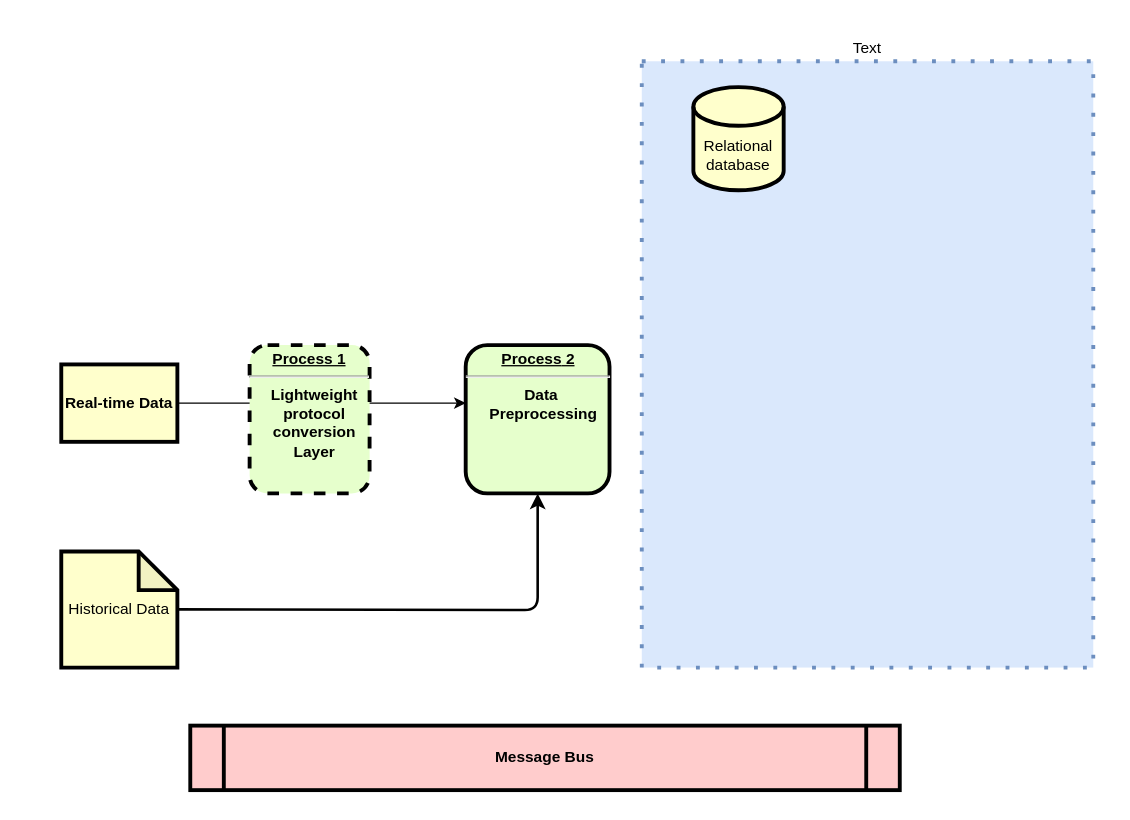
Above: data-flow.drawio in licongchao/Customized-Charts (draw.io), before the change. Source tidied: cells renumbered, new cells numbered last; positions are measured from the earlier drawing's top-left corner, leaving out a move shared by most shapes. Both pictures are drawn from the tidied source at 129%, with x=0, y=0 at pixel (61, 35).
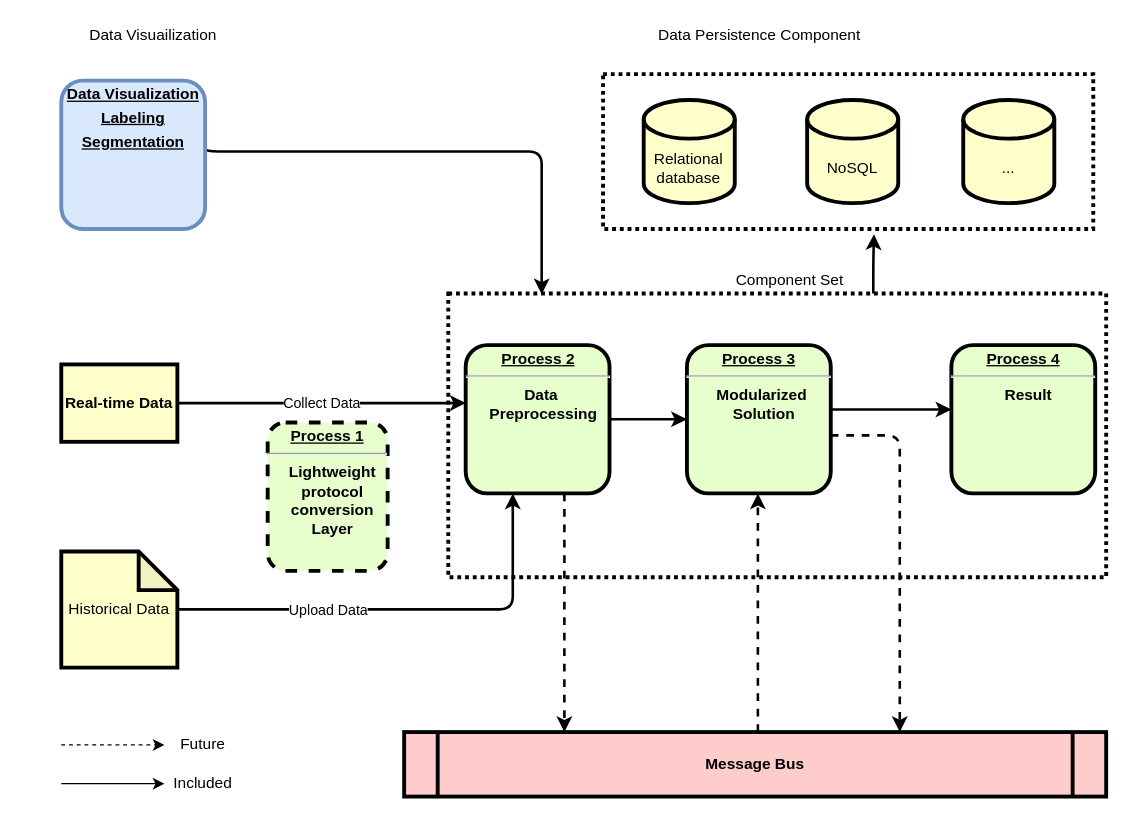
Above is the later version.

The change refers to these unchanged cells:
```xml
<mxCell id="3" value="Real-time Data" style="whiteSpace=wrap;align=center;verticalAlign=middle;fontStyle=1;strokeWidth=3;fillColor=#FFFFCC;" parent="1" vertex="1">
  <mxGeometry y="255" width="90" height="60" as="geometry" />
</mxCell>
<mxCell id="7" value="&lt;p style=&quot;margin: 0px ; margin-top: 4px ; text-align: center ; text-decoration: underline&quot;&gt;&lt;strong&gt;&lt;strong&gt;Process&lt;/strong&gt; 2&lt;br&gt;&lt;/strong&gt;&lt;/p&gt;&lt;hr&gt;&lt;p style=&quot;margin: 0px ; margin-left: 8px&quot;&gt;Data&amp;nbsp;&lt;/p&gt;&lt;p style=&quot;margin: 0px ; margin-left: 8px&quot;&gt;Preprocessing&lt;/p&gt;" style="verticalAlign=middle;align=center;overflow=fill;fontSize=12;fontFamily=Helvetica;html=1;rounded=1;fontStyle=1;strokeWidth=3;fillColor=#E6FFCC;" parent="1" vertex="1">
  <mxGeometry x="313.5" y="240" width="111.5" height="115" as="geometry" />
</mxCell>
```

Diff of the diagram source:
```diff
@@
+    <mxCell id="12" style="edgeStyle=orthogonalEdgeStyle;rounded=1;jettySize=auto;html=1;strokeWidth=2;exitX=0.646;exitY=0.003;exitDx=0;exitDy=0;exitPerimeter=0;" parent="1" edge="1" source="9">
+      <mxGeometry relative="1" as="geometry">
+        <mxPoint x="630" y="154" as="targetPoint" />
+        <Array as="points">
+          <mxPoint x="629" y="175" />
+        </Array>
+      </mxGeometry>
+    </mxCell>
+    <mxCell id="9" style="rounded=0;whiteSpace=wrap;html=1;strokeWidth=3;dashed=1;gradientColor=#ffffff;dashPattern=1 1;" parent="1" vertex="1">
+      <mxGeometry x="300" y="200" width="510" height="220" as="geometry" />
+    </mxCell>
-    <mxCell id="2" style="edgeStyle=orthogonalEdgeStyle;rounded=0;jettySize=auto;html=1;entryX=0;entryY=0.391;entryDx=0;entryDy=0;entryPerimeter=0;" parent="1" edge="1" source="3" target="7">
+    <mxCell id="2" value="Collect Data" style="edgeStyle=orthogonalEdgeStyle;rounded=0;jettySize=auto;html=1;entryX=0;entryY=0.391;entryDx=0;entryDy=0;entryPerimeter=0;strokeWidth=2;" parent="1" edge="1" source="3" target="7">
       <mxGeometry relative="1" as="geometry" />
     </mxCell>
@@
     <mxCell id="4" style="edgeStyle=orthogonalEdgeStyle;rounded=1;jettySize=auto;html=1;strokeWidth=2;" parent="1" edge="1" target="7">
       <mxGeometry relative="1" as="geometry">
         <mxPoint x="90" y="444.9" as="sourcePoint" />
+        <Array as="points">
+          <mxPoint x="350" y="445" />
+        </Array>
       </mxGeometry>
     </mxCell>
+    <mxCell id="13" value="Upload Data" style="edgeLabel;html=1;align=center;verticalAlign=middle;" parent="4" vertex="1">
+      <mxGeometry x="-0.15" y="5" relative="1" as="geometry">
+        <mxPoint x="-32.5" y="5.1" as="offset" />
+      </mxGeometry>
+    </mxCell>
     <mxCell id="5" value="&lt;p style=&quot;margin: 0px ; margin-top: 4px ; text-align: center ; text-decoration: underline&quot;&gt;&lt;strong&gt;Process 1&lt;br&gt;&lt;/strong&gt;&lt;/p&gt;&lt;hr&gt;&lt;p style=&quot;margin: 0px ; margin-left: 8px&quot;&gt;Lightweight&lt;/p&gt;&lt;p style=&quot;margin: 0px ; margin-left: 8px&quot;&gt;protocol&lt;/p&gt;&lt;p style=&quot;margin: 0px ; margin-left: 8px&quot;&gt;conversion&lt;/p&gt;&lt;p style=&quot;margin: 0px ; margin-left: 8px&quot;&gt;Layer&lt;/p&gt;&lt;p style=&quot;margin: 0px ; margin-left: 8px&quot;&gt;&lt;br&gt;&lt;/p&gt;" style="verticalAlign=middle;align=center;overflow=fill;fontSize=12;fontFamily=Helvetica;html=1;rounded=1;fontStyle=1;strokeWidth=3;fillColor=#E6FFCC;dashed=1;" parent="1" vertex="1">
-      <mxGeometry x="146" y="240" width="93" height="115" as="geometry" />
+      <mxGeometry x="160" y="300" width="93" height="115" as="geometry" />
     </mxCell>
+    <mxCell id="14" style="edgeStyle=orthogonalEdgeStyle;rounded=1;jettySize=auto;html=1;dashed=1;strokeWidth=2;" parent="1" edge="1" source="6" target="19">
+      <mxGeometry relative="1" as="geometry">
+        <Array as="points">
+          <mxPoint x="540" y="480" />
+          <mxPoint x="540" y="480" />
+        </Array>
+      </mxGeometry>
+    </mxCell>
     <mxCell id="6" value="Message Bus" style="shape=process;whiteSpace=wrap;align=center;verticalAlign=middle;size=0.0475;fontStyle=1;strokeWidth=3;fillColor=#FFCCCC;" parent="1" vertex="1">
-      <mxGeometry x="100" y="535" width="550" height="50" as="geometry" />
+      <mxGeometry x="265.8" y="540" width="544.2" height="50" as="geometry" />
     </mxCell>
+    <mxCell id="8" value="Historical Data" style="shape=note;whiteSpace=wrap;html=1;backgroundOutline=1;darkOpacity=0.05;strokeWidth=3;fillColor=#FFFFCC;" parent="1" vertex="1">
+      <mxGeometry y="400" width="90" height="90" as="geometry" />
+    </mxCell>
+    <mxCell id="11" value="Data Persistence Component" style="text;html=1;strokeColor=none;fillColor=none;align=center;verticalAlign=middle;whiteSpace=wrap;rounded=0;dashed=1;dashPattern=1 4;" parent="1" vertex="1">
+      <mxGeometry x="439.5" y="-10" width="202.5" height="20" as="geometry" />
+    </mxCell>
+    <mxCell id="15" style="edgeStyle=orthogonalEdgeStyle;rounded=1;jettySize=auto;html=1;strokeWidth=2;dashed=1;" parent="1" edge="1" source="7" target="6">
+      <mxGeometry relative="1" as="geometry">
+        <Array as="points">
+          <mxPoint x="390" y="410" />
+          <mxPoint x="390" y="410" />
+        </Array>
+      </mxGeometry>
+    </mxCell>
+    <mxCell id="16" style="edgeStyle=orthogonalEdgeStyle;rounded=1;jettySize=auto;html=1;strokeWidth=2;" parent="1" edge="1" source="7" target="19">
+      <mxGeometry relative="1" as="geometry" />
+    </mxCell>
@@
-    <mxCell id="8" value="Historical Data" style="shape=note;whiteSpace=wrap;html=1;backgroundOutline=1;darkOpacity=0.05;strokeWidth=3;fillColor=#FFFFCC;" parent="1" vertex="1">
-      <mxGeometry y="400" width="90" height="90" as="geometry" />
-    </mxCell>
-    <mxCell id="9" style="rounded=0;whiteSpace=wrap;html=1;strokeWidth=3;fillColor=#dae8fc;dashed=1;dashPattern=1 4;strokeColor=#6c8ebf;" parent="1" vertex="1">
-      <mxGeometry x="450" y="20" width="350" height="470" as="geometry" />
-    </mxCell>
+    <mxCell id="17" style="edgeStyle=orthogonalEdgeStyle;rounded=1;jettySize=auto;html=1;strokeWidth=2;dashed=1;" parent="1" edge="1" source="19" target="6">
+      <mxGeometry relative="1" as="geometry">
+        <Array as="points">
+          <mxPoint x="650" y="310" />
+        </Array>
+      </mxGeometry>
+    </mxCell>
+    <mxCell id="18" style="edgeStyle=orthogonalEdgeStyle;rounded=1;jettySize=auto;html=1;strokeWidth=2;" parent="1" edge="1" source="19" target="20">
+      <mxGeometry relative="1" as="geometry">
+        <Array as="points">
+          <mxPoint x="630" y="290" />
+          <mxPoint x="630" y="290" />
+        </Array>
+      </mxGeometry>
+    </mxCell>
+    <mxCell id="19" value="&lt;p style=&quot;margin: 0px ; margin-top: 4px ; text-align: center ; text-decoration: underline&quot;&gt;&lt;strong&gt;&lt;strong&gt;Process&lt;/strong&gt; 3&lt;br&gt;&lt;/strong&gt;&lt;/p&gt;&lt;hr&gt;&lt;p style=&quot;margin: 0px ; margin-left: 8px&quot;&gt;Modularized&amp;nbsp;&lt;/p&gt;&lt;p style=&quot;margin: 0px ; margin-left: 8px&quot;&gt;Solution&lt;/p&gt;" style="verticalAlign=middle;align=center;overflow=fill;fontSize=12;fontFamily=Helvetica;html=1;rounded=1;fontStyle=1;strokeWidth=3;fillColor=#E6FFCC;" parent="1" vertex="1">
+      <mxGeometry x="485" y="240" width="111.5" height="115" as="geometry" />
+    </mxCell>
+    <mxCell id="20" value="&lt;p style=&quot;margin: 0px ; margin-top: 4px ; text-align: center ; text-decoration: underline&quot;&gt;&lt;strong&gt;&lt;strong&gt;Process&lt;/strong&gt; 4&lt;br&gt;&lt;/strong&gt;&lt;/p&gt;&lt;hr&gt;&lt;p style=&quot;margin: 0px ; margin-left: 8px&quot;&gt;Result&lt;/p&gt;&lt;p style=&quot;margin: 0px ; margin-left: 8px&quot;&gt;&lt;br&gt;&lt;/p&gt;" style="verticalAlign=middle;align=center;overflow=fill;fontSize=12;fontFamily=Helvetica;html=1;rounded=1;fontStyle=1;strokeWidth=3;fillColor=#E6FFCC;" parent="1" vertex="1">
+      <mxGeometry x="690" y="240" width="111.5" height="115" as="geometry" />
+    </mxCell>
+    <mxCell id="21" style="group;dashed=1;dashPattern=1 1;" parent="1" vertex="1">
+      <mxGeometry x="420" y="30" width="380" height="120" as="geometry" />
+    </mxCell>
+    <mxCell id="22" style="rounded=0;whiteSpace=wrap;html=1;strokeWidth=3;dashed=1;dashPattern=1 1;" parent="21" vertex="1">
+      <mxGeometry width="380" height="120" as="geometry" />
+    </mxCell>
-    <mxCell id="10" value="Relational database" style="shape=cylinder3;whiteSpace=wrap;html=1;boundedLbl=1;backgroundOutline=1;size=15;strokeWidth=3;fillColor=#FFFFCC;" parent="1" vertex="1">
-      <mxGeometry x="490" y="40" width="70" height="80" as="geometry" />
+    <mxCell id="10" value="Relational database" style="shape=cylinder3;whiteSpace=wrap;html=1;boundedLbl=1;backgroundOutline=1;size=15;strokeWidth=3;fillColor=#FFFFCC;" parent="21" vertex="1">
+      <mxGeometry x="31.5" y="20" width="70.6" height="80" as="geometry" />
     </mxCell>
-    <mxCell id="11" value="Text" style="text;html=1;strokeColor=none;fillColor=none;align=center;verticalAlign=middle;whiteSpace=wrap;rounded=0;dashed=1;dashPattern=1 4;" parent="1" vertex="1">
-      <mxGeometry x="575" width="100" height="20" as="geometry" />
-    </mxCell>
+    <mxCell id="23" value="NoSQL" style="shape=cylinder3;whiteSpace=wrap;html=1;boundedLbl=1;backgroundOutline=1;size=15;strokeWidth=3;fillColor=#FFFFCC;" parent="21" vertex="1">
+      <mxGeometry x="158.2" y="20" width="70.6" height="80" as="geometry" />
+    </mxCell>
+    <mxCell id="24" value="..." style="shape=cylinder3;whiteSpace=wrap;html=1;boundedLbl=1;backgroundOutline=1;size=15;strokeWidth=3;fillColor=#FFFFCC;" parent="21" vertex="1">
+      <mxGeometry x="279.2" y="20" width="70.6" height="80" as="geometry" />
+    </mxCell>
+    <mxCell id="25" value="Component Set" style="text;html=1;strokeColor=none;fillColor=none;align=center;verticalAlign=middle;whiteSpace=wrap;rounded=0;dashed=1;dashPattern=1 4;" parent="1" vertex="1">
+      <mxGeometry x="510" y="180" width="110" height="20" as="geometry" />
+    </mxCell>
+    <mxCell id="26" style="edgeStyle=orthogonalEdgeStyle;rounded=1;jettySize=auto;html=1;entryX=0.044;entryY=0.003;entryDx=0;entryDy=0;entryPerimeter=0;strokeWidth=2;exitX=1.002;exitY=0.438;exitDx=0;exitDy=0;exitPerimeter=0;" parent="1" edge="1" source="27">
+      <mxGeometry relative="1" as="geometry">
+        <mxPoint x="372.4" y="200.7" as="targetPoint" />
+        <Array as="points">
+          <mxPoint x="112" y="90" />
+          <mxPoint x="372" y="90" />
+        </Array>
+      </mxGeometry>
+    </mxCell>
+    <mxCell id="27" value="&lt;p style=&quot;margin: 0px ; margin-top: 4px ; text-align: center ; text-decoration: underline&quot;&gt;Data Visualization&lt;/p&gt;&lt;p style=&quot;margin: 0px ; margin-top: 4px ; text-align: center ; text-decoration: underline&quot;&gt;Labeling&lt;/p&gt;&lt;p style=&quot;margin: 0px ; margin-top: 4px ; text-align: center ; text-decoration: underline&quot;&gt;Segmentation&lt;/p&gt;" style="verticalAlign=middle;align=center;overflow=fill;fontSize=12;fontFamily=Helvetica;html=1;rounded=1;fontStyle=1;strokeWidth=3;fillColor=#dae8fc;strokeColor=#6c8ebf;" parent="1" vertex="1">
+      <mxGeometry y="35" width="111.5" height="115" as="geometry" />
+    </mxCell>
+    <mxCell id="28" value="Data Visuailization" style="text;html=1;strokeColor=none;fillColor=none;align=center;verticalAlign=middle;whiteSpace=wrap;rounded=0;dashed=1;dashPattern=1 4;" parent="1" vertex="1">
+      <mxGeometry x="-30" y="-10" width="202.5" height="20" as="geometry" />
+    </mxCell>
+    <mxCell id="29" style="endArrow=classic;html=1;" parent="1" edge="1">
+      <mxGeometry relative="1" as="geometry">
+        <mxPoint y="580" as="sourcePoint" />
+        <mxPoint x="80" y="580" as="targetPoint" />
+      </mxGeometry>
+    </mxCell>
+    <mxCell id="30" style="endArrow=classic;html=1;dashed=1;" parent="1" edge="1">
+      <mxGeometry relative="1" as="geometry">
+        <mxPoint y="550" as="sourcePoint" />
+        <mxPoint x="80" y="550" as="targetPoint" />
+      </mxGeometry>
+    </mxCell>
+    <mxCell id="31" value="Future" style="text;html=1;strokeColor=none;fillColor=none;align=center;verticalAlign=middle;whiteSpace=wrap;rounded=0;" parent="1" vertex="1">
+      <mxGeometry x="90" y="540" width="40" height="20" as="geometry" />
+    </mxCell>
+    <mxCell id="32" value="Included" style="text;html=1;strokeColor=none;fillColor=none;align=center;verticalAlign=middle;whiteSpace=wrap;rounded=0;" parent="1" vertex="1">
+      <mxGeometry x="90" y="570" width="40" height="20" as="geometry" />
+    </mxCell>
```
